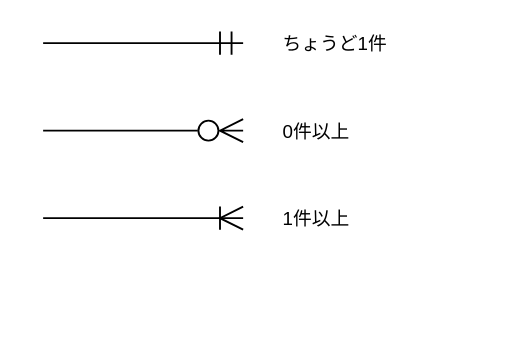
Earlier version of the draw.io diagram image/diagram-src/13-5-2_3.drawio (coachtech-material/pj-ct-newtext). Source tidied: cells renumbered, new cells numbered last; positions are measured from the earlier drawing's top-left corner, leaving out a move shared by most shapes. Both pictures are drawn from the tidied source at 125%, with x=0, y=0 at pixel (42, 24).
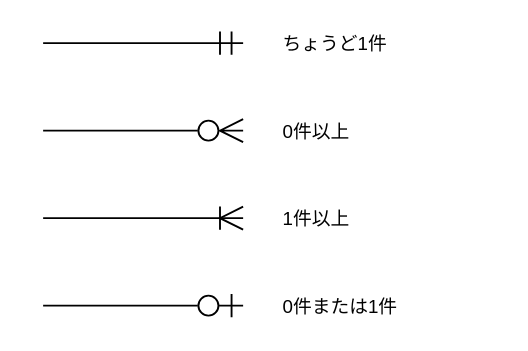
Above is the later version.

Change to the diagram source:
```diff
@@
 <mxGraphModel>
   <root>
     <mxCell id="0" />
     <mxCell id="1" parent="0" />
     <mxCell id="2" value="ちょうど1件" style="text;html=1;align=left;verticalAlign=middle;fontSize=15;" parent="1" vertex="1">
       <mxGeometry x="190" width="180" height="30" as="geometry" />
     </mxCell>
     <mxCell id="3" style="html=1;rounded=0;strokeWidth=1.5;startArrow=none;endArrow=ERmandOne;endFill=0;endSize=16;" parent="1" edge="1">
       <mxGeometry relative="1" as="geometry">
         <mxPoint y="15" as="sourcePoint" />
         <mxPoint x="160" y="15" as="targetPoint" />
       </mxGeometry>
     </mxCell>
     <mxCell id="4" value="0件以上" style="text;html=1;align=left;verticalAlign=middle;fontSize=15;" parent="1" vertex="1">
       <mxGeometry x="190" y="70" width="180" height="30" as="geometry" />
     </mxCell>
     <mxCell id="5" style="html=1;rounded=0;strokeWidth=1.5;startArrow=none;endArrow=ERzeroToMany;endFill=0;endSize=16;" parent="1" edge="1">
       <mxGeometry relative="1" as="geometry">
         <mxPoint y="85" as="sourcePoint" />
         <mxPoint x="160" y="85" as="targetPoint" />
       </mxGeometry>
     </mxCell>
     <mxCell id="6" value="1件以上" style="text;html=1;align=left;verticalAlign=middle;fontSize=15;" parent="1" vertex="1">
       <mxGeometry x="190" y="140" width="180" height="30" as="geometry" />
     </mxCell>
     <mxCell id="7" style="html=1;rounded=0;strokeWidth=1.5;startArrow=none;endArrow=ERoneToMany;endFill=0;endSize=16;" parent="1" edge="1">
       <mxGeometry relative="1" as="geometry">
         <mxPoint y="155" as="sourcePoint" />
         <mxPoint x="160" y="155" as="targetPoint" />
       </mxGeometry>
     </mxCell>
+    <mxCell id="8" value="0件または1件" style="text;html=1;align=left;verticalAlign=middle;fontSize=15;" parent="1" vertex="1">
+      <mxGeometry x="190" y="210" width="180" height="30" as="geometry" />
+    </mxCell>
+    <mxCell id="9" style="html=1;rounded=0;strokeWidth=1.5;startArrow=none;endArrow=ERzeroToOne;endFill=0;endSize=16;" parent="1" edge="1">
+      <mxGeometry relative="1" as="geometry">
+        <mxPoint y="225" as="sourcePoint" />
+        <mxPoint x="160" y="225" as="targetPoint" />
+      </mxGeometry>
+    </mxCell>
   </root>
 </mxGraphModel>
```
